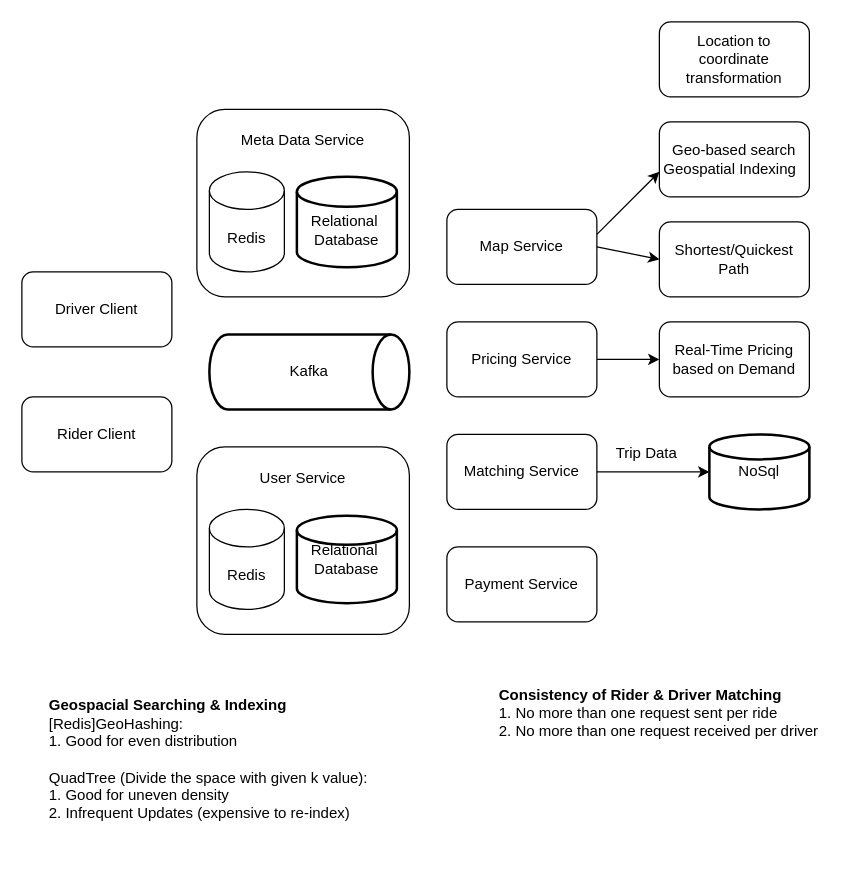
Earlier version of the draw.io diagram 14_UberLyft.drawio (xwq172677170/SysdDiagram). Source tidied: cells renumbered, new cells numbered last; positions are measured from the earlier drawing's top-left corner, leaving out a move shared by most shapes. Both pictures are drawn from the tidied source at 125%, with x=0, y=0 at pixel (21, 21).
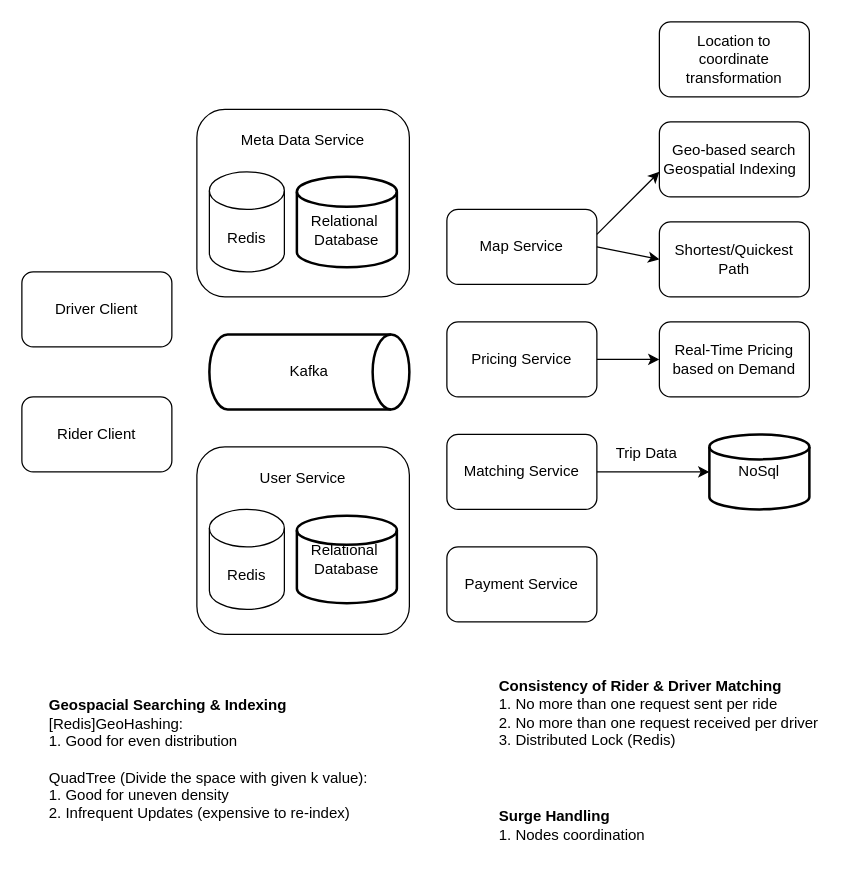
Above is the later version.

Change to the diagram source:
```diff
@@
-    <mxCell id="28" value="&lt;b&gt;Consistency of&amp;nbsp;Rider &amp;amp; Driver Matching&lt;/b&gt;&lt;div&gt;&lt;div&gt;1. No more than one request sent per ride&lt;/div&gt;&lt;div&gt;2. No more than one request received per driver&lt;/div&gt;&lt;/div&gt;" style="text;html=1;align=left;verticalAlign=middle;whiteSpace=wrap;rounded=0;" parent="1" vertex="1">
+    <mxCell id="28" value="&lt;b&gt;Consistency of&amp;nbsp;Rider &amp;amp; Driver Matching&lt;/b&gt;&lt;div&gt;&lt;div&gt;1. No more than one request sent per ride&lt;/div&gt;&lt;div&gt;2. No more than one request received per driver&lt;/div&gt;&lt;/div&gt;&lt;div&gt;3. Distributed Lock (Redis)&lt;/div&gt;" style="text;html=1;align=left;verticalAlign=middle;whiteSpace=wrap;rounded=0;" parent="1" vertex="1">
       <mxGeometry x="380" y="520" width="270" height="65" as="geometry" />
     </mxCell>
+    <mxCell id="29" value="&lt;b&gt;Surge Handling&lt;/b&gt;&lt;br&gt;&lt;div&gt;&lt;div&gt;1. Nodes coordination&lt;/div&gt;&lt;/div&gt;" style="text;html=1;align=left;verticalAlign=middle;whiteSpace=wrap;rounded=0;" parent="1" vertex="1">
+      <mxGeometry x="380" y="610" width="270" height="65" as="geometry" />
+    </mxCell>
```
